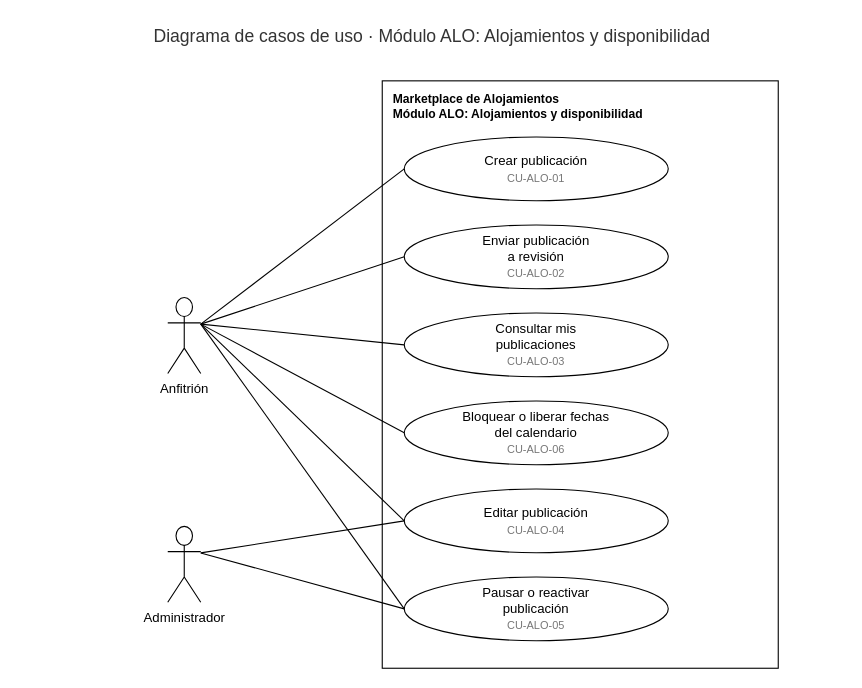
cubillosj71-design/marketplace-lr keeps this draw.io diagram as page "CU ALO" (2 of 5) of docs/diagramas/Casos_de_Uso_Marketplace_Alojamientos.drawio. Above is the earlier version. Source tidied: cells renumbered, new cells numbered last; positions are measured from the earlier drawing's top-left corner, leaving out a move shared by most shapes. Both pictures are drawn from the tidied source at 110%, with x=0, y=0 at pixel (19, 19).
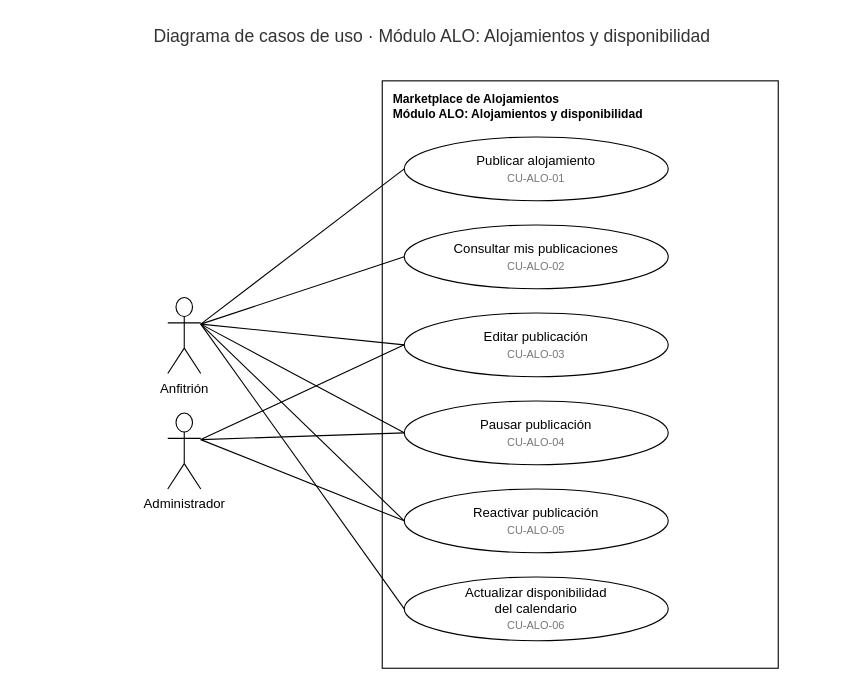
The same page after the edit.

What changed in the source:
```diff
@@
-    <mxCell id="4" value="Crear publicación&lt;br&gt;&lt;font style=&quot;font-size:10px&quot; color=&quot;#777777&quot;&gt;CU-ALO-01&lt;/font&gt;" style="ellipse;whiteSpace=wrap;html=1;fontSize=12;" parent="1" vertex="1">
+    <mxCell id="4" value="Publicar alojamiento&lt;br&gt;&lt;font style=&quot;font-size:10px&quot; color=&quot;#777777&quot;&gt;CU-ALO-01&lt;/font&gt;" style="ellipse;whiteSpace=wrap;html=1;fontSize=12;" parent="1" vertex="1">
       <mxGeometry x="350" y="107" width="240" height="58" as="geometry" />
     </mxCell>
-    <mxCell id="5" value="Enviar publicación&lt;br&gt;a revisión&lt;br&gt;&lt;font style=&quot;font-size:10px&quot; color=&quot;#777777&quot;&gt;CU-ALO-02&lt;/font&gt;" style="ellipse;whiteSpace=wrap;html=1;fontSize=12;" parent="1" vertex="1">
-      <mxGeometry x="350" y="187" width="240" height="58" as="geometry" />
+    <mxCell id="5" value="Reactivar publicación&lt;br&gt;&lt;font style=&quot;font-size:10px&quot; color=&quot;#777777&quot;&gt;CU-ALO-05&lt;/font&gt;" style="ellipse;whiteSpace=wrap;html=1;fontSize=12;" parent="1" vertex="1">
+      <mxGeometry x="350" y="427" width="240" height="58" as="geometry" />
     </mxCell>
-    <mxCell id="6" value="Consultar mis&lt;br&gt;publicaciones&lt;br&gt;&lt;font style=&quot;font-size:10px&quot; color=&quot;#777777&quot;&gt;CU-ALO-03&lt;/font&gt;" style="ellipse;whiteSpace=wrap;html=1;fontSize=12;" parent="1" vertex="1">
-      <mxGeometry x="350" y="267" width="240" height="58" as="geometry" />
+    <mxCell id="6" value="Consultar mis publicaciones&lt;br&gt;&lt;font style=&quot;font-size:10px&quot; color=&quot;#777777&quot;&gt;CU-ALO-02&lt;/font&gt;" style="ellipse;whiteSpace=wrap;html=1;fontSize=12;" parent="1" vertex="1">
+      <mxGeometry x="350" y="187" width="240" height="58" as="geometry" />
     </mxCell>
-    <mxCell id="7" value="Bloquear o liberar fechas&lt;br&gt;del calendario&lt;br&gt;&lt;font style=&quot;font-size:10px&quot; color=&quot;#777777&quot;&gt;CU-ALO-06&lt;/font&gt;" style="ellipse;whiteSpace=wrap;html=1;fontSize=12;" parent="1" vertex="1">
-      <mxGeometry x="350" y="347" width="240" height="58" as="geometry" />
+    <mxCell id="7" value="Actualizar disponibilidad&lt;br&gt;del calendario&lt;br&gt;&lt;font style=&quot;font-size:10px&quot; color=&quot;#777777&quot;&gt;CU-ALO-06&lt;/font&gt;" style="ellipse;whiteSpace=wrap;html=1;fontSize=12;" parent="1" vertex="1">
+      <mxGeometry x="350" y="507" width="240" height="58" as="geometry" />
     </mxCell>
-    <mxCell id="8" value="Editar publicación&lt;br&gt;&lt;font style=&quot;font-size:10px&quot; color=&quot;#777777&quot;&gt;CU-ALO-04&lt;/font&gt;" style="ellipse;whiteSpace=wrap;html=1;fontSize=12;" parent="1" vertex="1">
-      <mxGeometry x="350" y="427" width="240" height="58" as="geometry" />
+    <mxCell id="8" value="Editar publicación&lt;br&gt;&lt;font style=&quot;font-size:10px&quot; color=&quot;#777777&quot;&gt;CU-ALO-03&lt;/font&gt;" style="ellipse;whiteSpace=wrap;html=1;fontSize=12;" parent="1" vertex="1">
+      <mxGeometry x="350" y="267" width="240" height="58" as="geometry" />
     </mxCell>
-    <mxCell id="9" value="Pausar o reactivar&lt;br&gt;publicación&lt;br&gt;&lt;font style=&quot;font-size:10px&quot; color=&quot;#777777&quot;&gt;CU-ALO-05&lt;/font&gt;" style="ellipse;whiteSpace=wrap;html=1;fontSize=12;" parent="1" vertex="1">
-      <mxGeometry x="350" y="507" width="240" height="58" as="geometry" />
+    <mxCell id="9" value="Pausar publicación&lt;br&gt;&lt;font style=&quot;font-size:10px&quot; color=&quot;#777777&quot;&gt;CU-ALO-04&lt;/font&gt;" style="ellipse;whiteSpace=wrap;html=1;fontSize=12;" parent="1" vertex="1">
+      <mxGeometry x="350" y="347" width="240" height="58" as="geometry" />
     </mxCell>
@@
     <mxCell id="11" value="Administrador" style="shape=umlActor;verticalLabelPosition=bottom;verticalAlign=top;html=1;outlineConnect=0;fontSize=12;" parent="1" vertex="1">
-      <mxGeometry x="135" y="461" width="30" height="69" as="geometry" />
+      <mxGeometry x="135" y="358" width="30" height="69" as="geometry" />
     </mxCell>
@@
+    <mxCell id="20" style="endArrow=none;html=1;rounded=0;entryX=0;entryY=0.5;exitX=1;exitY=0.35;entryDx=0;entryDy=0;exitDx=0;exitDy=0;" parent="1" edge="1" source="11" target="5">
+      <mxGeometry relative="1" as="geometry" />
+    </mxCell>
```
